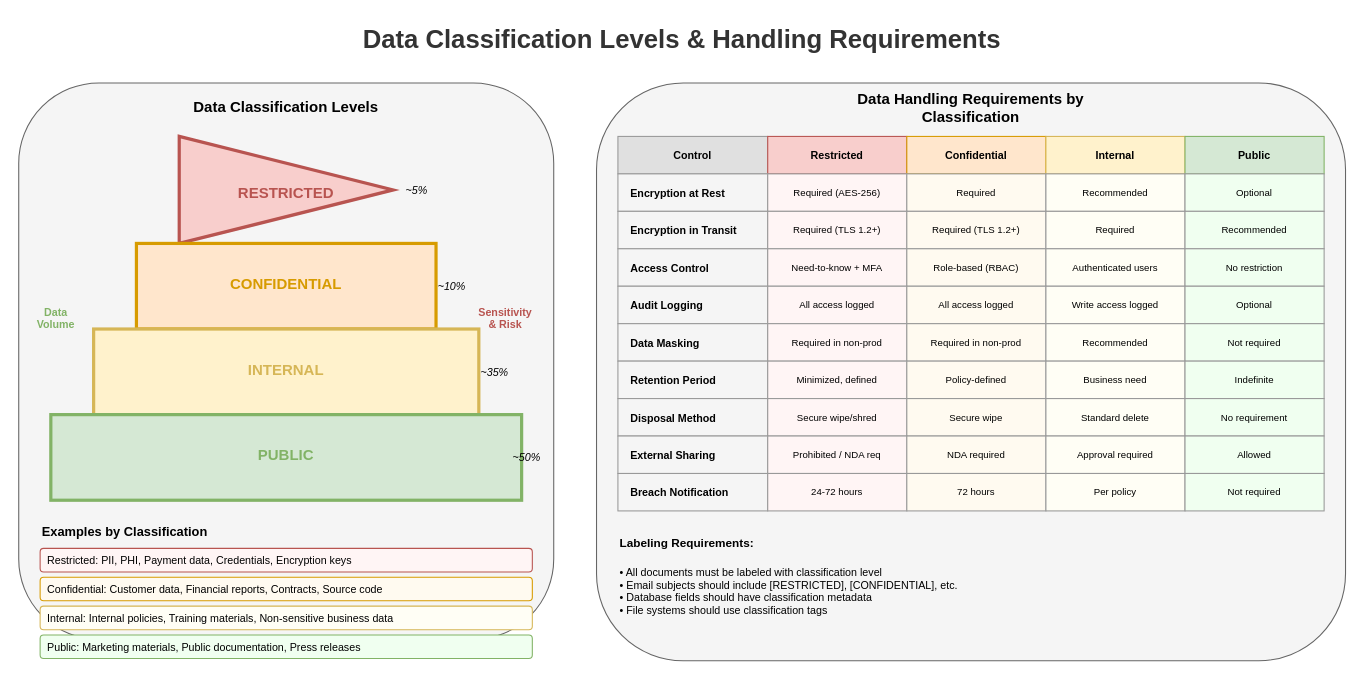
The draw.io diagram lesson-06-security/diagrams/6.2-data-classification.drawio in MrParkerZ7/document-lesson-software-architect-x-claude, before the edit. Source tidied: cells renumbered, new cells numbered last; positions are measured from the earlier drawing's top-left corner, leaving out a move shared by most shapes. Both pictures are drawn from the tidied source at 107%, with x=0, y=0 at pixel (18, 18).
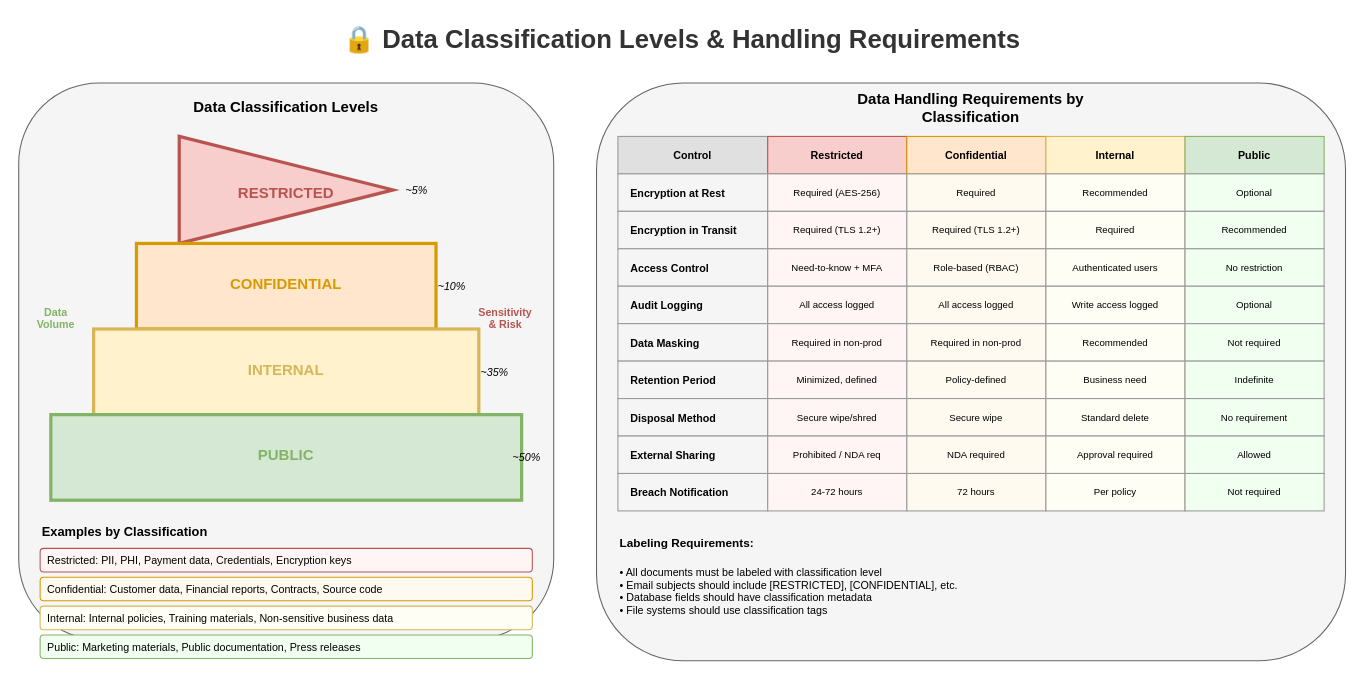
Above is the later version.

What changed in the source:
```diff
@@
-    <mxCell id="2" value="Data Classification Levels &amp; Handling Requirements" style="text;html=1;strokeColor=none;fillColor=none;align=center;verticalAlign=middle;whiteSpace=wrap;rounded=0;fontSize=24;fontStyle=1;fontColor=#333333;" parent="1" vertex="1">
+    <mxCell id="2" value="🔒 Data Classification Levels &amp; Handling Requirements" style="text;html=1;strokeColor=none;fillColor=none;align=center;verticalAlign=middle;whiteSpace=wrap;rounded=0;fontSize=24;fontStyle=1;fontColor=#333333;" parent="1" vertex="1">
       <mxGeometry x="270" width="700" height="40" as="geometry" />
     </mxCell>
```
